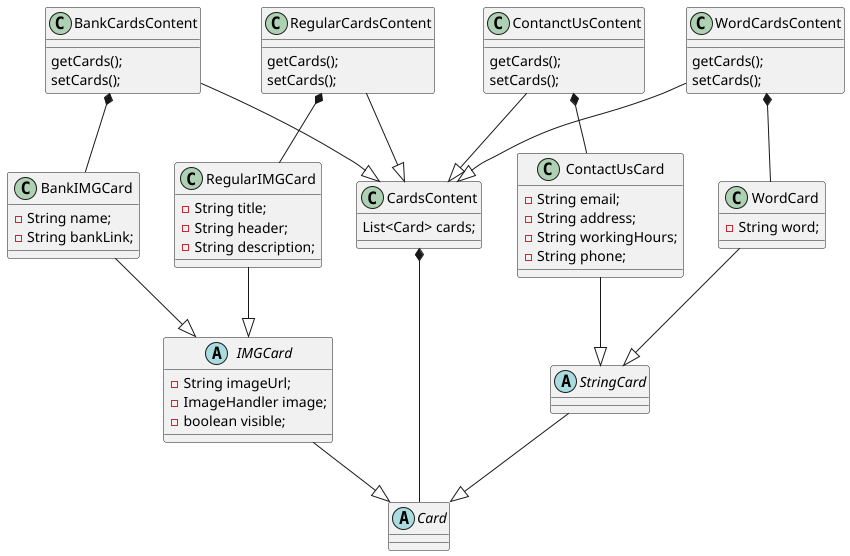
Above: docs/uml/cards-0.png in aamer867/el.waleed-api (PlantUML), before the change.
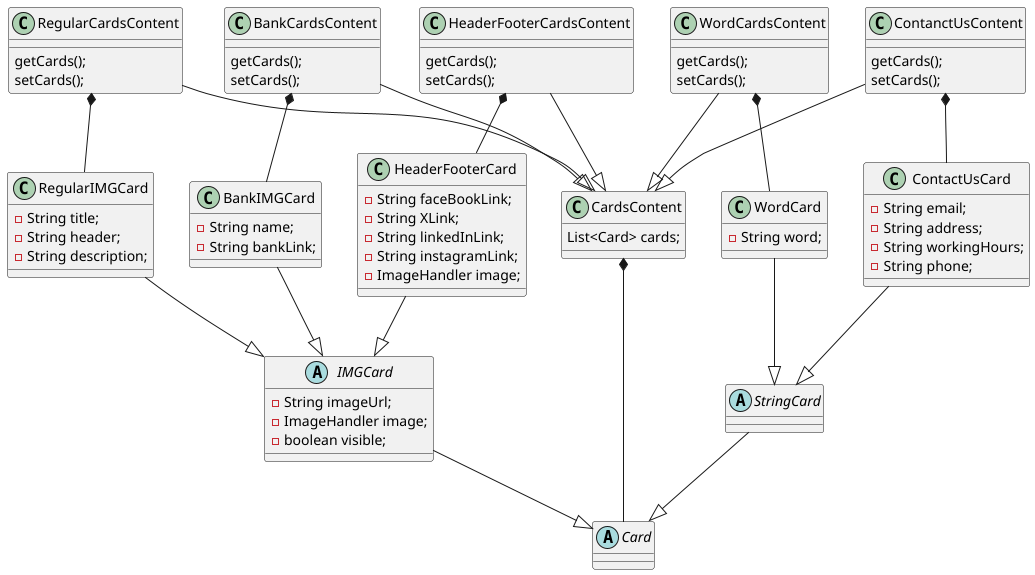
The same file after the commit.

The edit, as a diff of the source:
```diff
@@ -34,6 +34,14 @@
     - String phone;
 }
 
+class HeaderFooterCard {
+    - String faceBookLink;
+    - String XLink;
+    - String linkedInLink;
+    - String instagramLink;
+    - ImageHandler image;
+}
+
 class CardsContent {
     List<Card> cards;
 }
@@ -58,11 +66,17 @@
     setCards();
 }
 
+class HeaderFooterCardsContent {
+    getCards();
+    setCards();
+}
+
 IMGCard --|> Card
 StringCard --|> Card
 
 RegularIMGCard --|> IMGCard
 BankIMGCard --|> IMGCard
+HeaderFooterCard --|> IMGCard
 
 WordCard --|> StringCard
 ContactUsCard --|> StringCard
@@ -71,6 +85,7 @@
 RegularCardsContent --|> CardsContent
 WordCardsContent --|> CardsContent
 ContanctUsContent --|> CardsContent
+HeaderFooterCardsContent --|> CardsContent
 
 CardsContent *-- Card
 
@@ -78,5 +93,5 @@
 BankCardsContent *-- BankIMGCard
 WordCardsContent *-- WordCard
 ContanctUsContent *-- ContactUsCard
-
+HeaderFooterCardsContent *-- HeaderFooterCard
 @enduml
```
